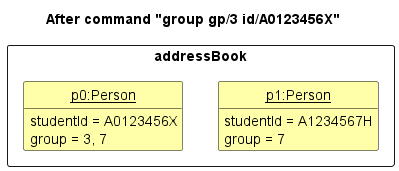
This is docs/images/GroupState3.png from willowisp01/tp, a PlantUML export, as it was before one commit. The source it was exported from:
```plantuml
@startuml

hide circle
hide methods

skinparam ClassFontColor #000000
skinparam ClassBorderColor #000000
skinparam ClassBackgroundColor #FFFFAA

title After command "group gp/3 id/A0123456X"

package addressBook <<rectangle>> {
    class State1 as "<u>p0:Person</u>" {
        studentId = A0123456X
        group = 3, 7

    }
    class State2 as "<u>p1:Person</u>" {
        studentId = A1234567H
        group = 7
    }
}

State1 -[hidden]right-> State2
@enduml
```
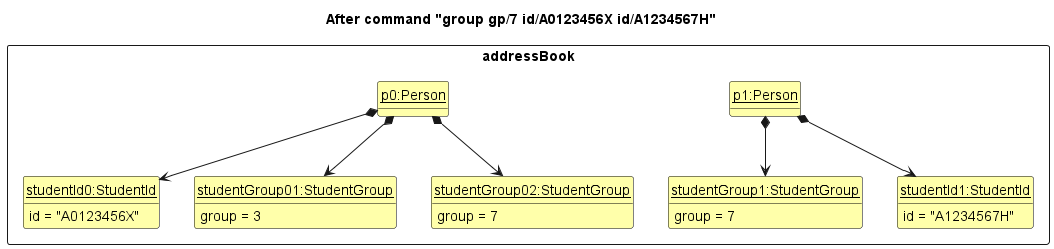
Later version of the same file.

Commit message:
Show studentId and Group as objects

Diff of the diagram source:
```diff
@@ -7,19 +7,43 @@
 skinparam ClassBorderColor #000000
 skinparam ClassBackgroundColor #FFFFAA
 
-title After command "group gp/3 id/A0123456X"
+title After command "group gp/7 id/A0123456X id/A1234567H"
 
 package addressBook <<rectangle>> {
+
     class State1 as "<u>p0:Person</u>" {
-        studentId = A0123456X
-        group = 3, 7
 
     }
+
     class State2 as "<u>p1:Person</u>" {
-        studentId = A1234567H
+
+    }
+
+    class studentId0  as "<u>studentId0:StudentId</u>" {
+        id = "A0123456X"
+    }
+
+    class studentId1 as "<u>studentId1:StudentId</u>"{
+        id = "A1234567H"
+    }
+
+    class studentGroup01  as "<u>studentGroup01:StudentGroup</u>" {
+        group = 3
+    }
+
+    class studentGroup02  as "<u>studentGroup02:StudentGroup</u>" {
+        group = 7
+    }
+
+    class studentGroup1  as "<u>studentGroup1:StudentGroup</u>" {
         group = 7
     }
 }
 
 State1 -[hidden]right-> State2
+State1 *-down-> studentId0
+State1 *-down-> studentGroup01
+State1 *-down-> studentGroup02
+State2 *-down-> studentId1
+State2 *-down-> studentGroup1
 @enduml
```
